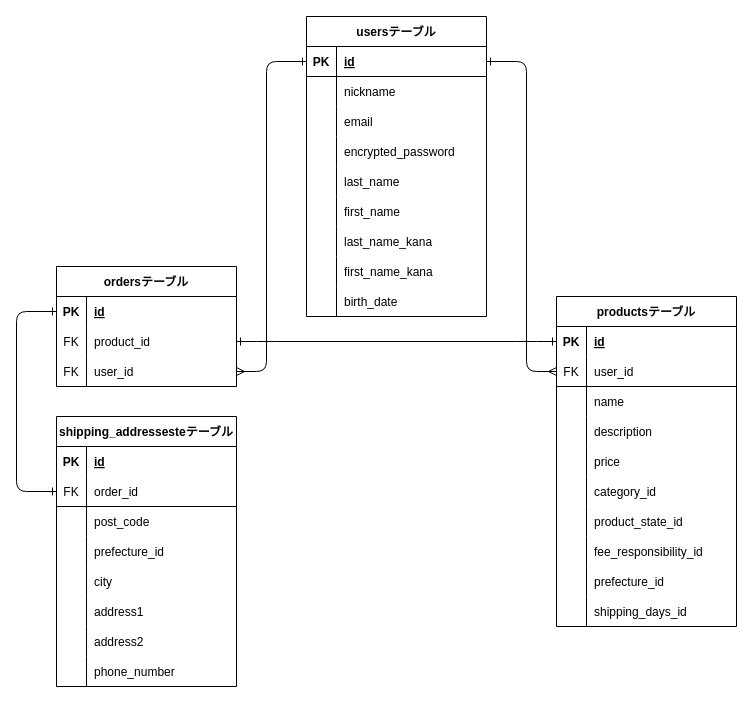
Above: databese.dio in packerman1212/furima-40759 (draw.io), before the change. Source tidied: cells renumbered, new cells numbered last; positions are measured from the earlier drawing's top-left corner, leaving out a move shared by most shapes. Both pictures are drawn from the tidied source at 100%, with x=0, y=0 at pixel (16, 16).
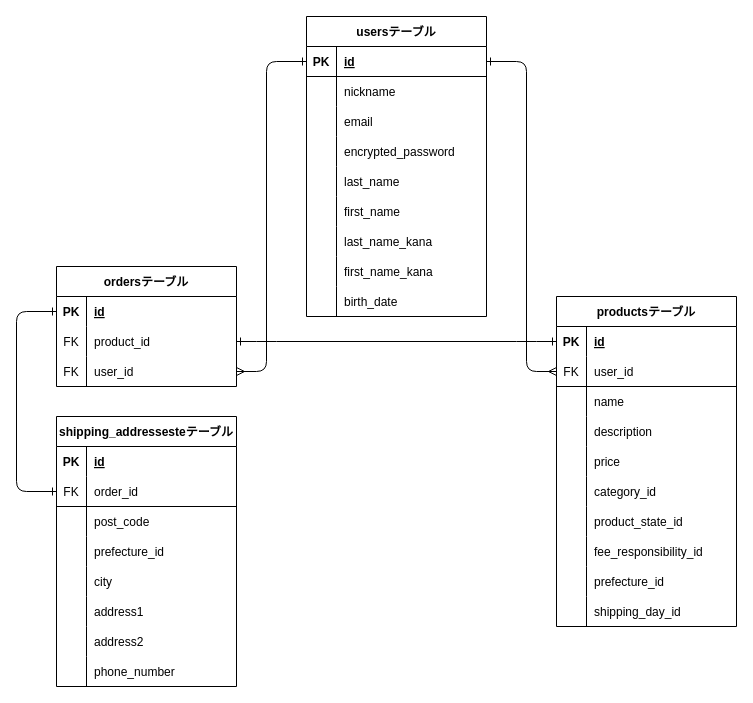
After the change.

Commit message (it also covers changes not shown here):
active_hashのカラムを単数形に変更

Unchanged cells that the change refers to:
```xml
<mxCell id="58" style="shape=tableRow;horizontal=0;startSize=0;swimlaneHead=0;swimlaneBody=0;fillColor=none;top=0;left=0;right=0;bottom=0;" parent="30" vertex="1">
  <mxGeometry y="300" width="180" height="30" as="geometry" />
</mxCell>
```

The edit, as a diff of the source:
```diff
@@
-    <mxCell id="60" value="shipping_days_id" style="shape=partialRectangle;fillColor=none;top=0;left=0;bottom=0;right=0;align=left;spacingLeft=6;overflow=hidden;" parent="58" vertex="1">
+    <mxCell id="60" value="shipping_day_id" style="shape=partialRectangle;fillColor=none;top=0;left=0;bottom=0;right=0;align=left;spacingLeft=6;overflow=hidden;" parent="58" vertex="1">
       <mxGeometry x="30" width="150" height="30" as="geometry" />
     </mxCell>
```
